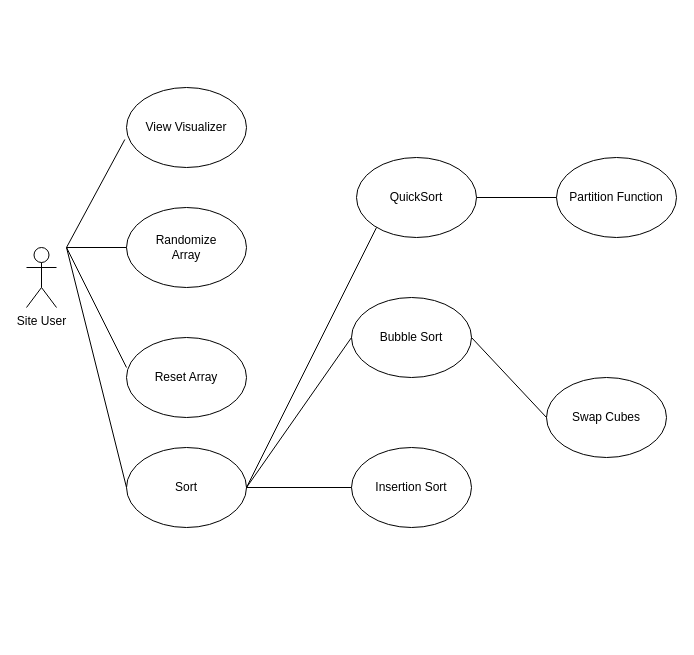
Earlier version of the draw.io diagram Use Case Diagram it2.drawio (beep-sl/COS430SEProject). Source tidied: cells renumbered, new cells numbered last; positions are measured from the earlier drawing's top-left corner, leaving out a move shared by most shapes. Both pictures are drawn from the tidied source at 100%, with x=0, y=0 at pixel (26, 87).
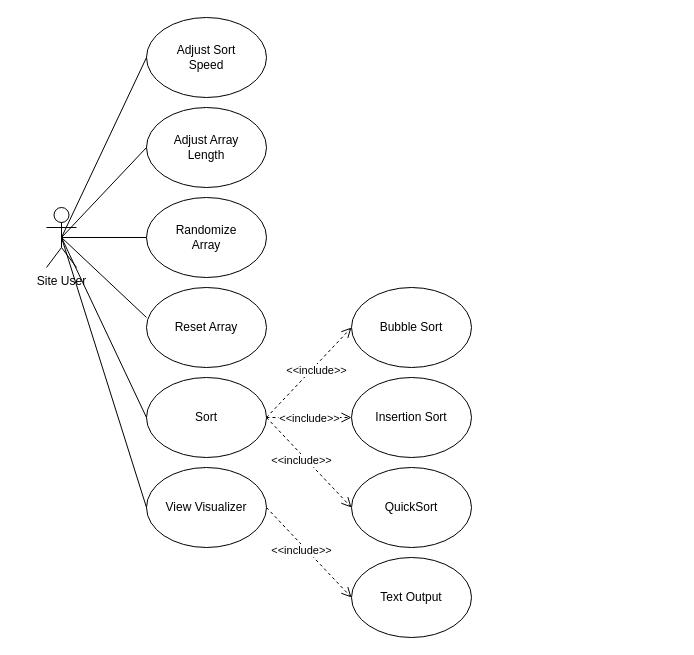
After the change.

The edit, as a diff of the source:
```diff
@@
     <mxCell id="2" value="Site User" style="shape=umlActor;verticalLabelPosition=bottom;verticalAlign=top;html=1;outlineConnect=0;" parent="1" vertex="1">
-      <mxGeometry y="160" width="30" height="60" as="geometry" />
+      <mxGeometry x="20" y="120" width="30" height="60" as="geometry" />
     </mxCell>
     <mxCell id="3" value="View Visualizer" style="ellipse;whiteSpace=wrap;html=1;" parent="1" vertex="1">
-      <mxGeometry x="100" width="120" height="80" as="geometry" />
+      <mxGeometry x="120" y="380" width="120" height="80" as="geometry" />
     </mxCell>
     <mxCell id="4" value="Randomize&lt;br&gt;Array" style="ellipse;whiteSpace=wrap;html=1;" parent="1" vertex="1">
-      <mxGeometry x="100" y="120" width="120" height="80" as="geometry" />
+      <mxGeometry x="120" y="110" width="120" height="80" as="geometry" />
     </mxCell>
     <mxCell id="5" value="Sort" style="ellipse;whiteSpace=wrap;html=1;" parent="1" vertex="1">
-      <mxGeometry x="100" y="360" width="120" height="80" as="geometry" />
+      <mxGeometry x="120" y="290" width="120" height="80" as="geometry" />
     </mxCell>
     <mxCell id="6" value="Bubble Sort" style="ellipse;whiteSpace=wrap;html=1;" parent="1" vertex="1">
-      <mxGeometry x="325" y="210" width="120" height="80" as="geometry" />
+      <mxGeometry x="325" y="200" width="120" height="80" as="geometry" />
     </mxCell>
     <mxCell id="7" value="Reset Array" style="ellipse;whiteSpace=wrap;html=1;" parent="1" vertex="1">
-      <mxGeometry x="100" y="250" width="120" height="80" as="geometry" />
+      <mxGeometry x="120" y="200" width="120" height="80" as="geometry" />
     </mxCell>
-    <mxCell id="8" style="endArrow=none;html=1;rounded=0;entryX=-0.014;entryY=0.65;entryDx=0;entryDy=0;entryPerimeter=0;" parent="1" edge="1" target="3">
-      <mxGeometry relative="1" as="geometry">
-        <mxPoint x="40" y="160" as="sourcePoint" />
-      </mxGeometry>
+    <mxCell id="8" style="endArrow=none;html=1;rounded=0;entryX=0;entryY=0.5;entryDx=0;entryDy=0;exitX=0.5;exitY=0.5;exitDx=0;exitDy=0;exitPerimeter=0;" parent="1" edge="1" source="2" target="3">
+      <mxGeometry relative="1" as="geometry" />
     </mxCell>
-    <mxCell id="9" style="endArrow=none;html=1;rounded=0;" parent="1" edge="1">
-      <mxGeometry relative="1" as="geometry">
-        <mxPoint x="40" y="160" as="sourcePoint" />
-        <mxPoint x="100" y="160" as="targetPoint" />
-      </mxGeometry>
+    <mxCell id="9" style="endArrow=none;html=1;rounded=0;entryX=0;entryY=0.5;entryDx=0;entryDy=0;exitX=0.5;exitY=0.5;exitDx=0;exitDy=0;exitPerimeter=0;" parent="1" edge="1" source="2" target="4">
+      <mxGeometry relative="1" as="geometry" />
     </mxCell>
-    <mxCell id="10" style="endArrow=none;html=1;rounded=0;entryX=0;entryY=0.375;entryDx=0;entryDy=0;entryPerimeter=0;" parent="1" edge="1" target="7">
-      <mxGeometry relative="1" as="geometry">
-        <mxPoint x="40" y="160" as="sourcePoint" />
-      </mxGeometry>
+    <mxCell id="10" style="endArrow=none;html=1;rounded=0;entryX=0;entryY=0.375;entryDx=0;entryDy=0;entryPerimeter=0;exitX=0.5;exitY=0.5;exitDx=0;exitDy=0;exitPerimeter=0;" parent="1" edge="1" source="2" target="7">
+      <mxGeometry relative="1" as="geometry" />
     </mxCell>
-    <mxCell id="11" style="endArrow=none;html=1;rounded=0;entryX=0;entryY=0.5;entryDx=0;entryDy=0;" parent="1" edge="1" target="5">
-      <mxGeometry relative="1" as="geometry">
-        <mxPoint x="40" y="160" as="sourcePoint" />
-      </mxGeometry>
+    <mxCell id="11" style="endArrow=none;html=1;rounded=0;entryX=0;entryY=0.5;entryDx=0;entryDy=0;exitX=0.5;exitY=0.5;exitDx=0;exitDy=0;exitPerimeter=0;" parent="1" edge="1" source="2" target="5">
+      <mxGeometry relative="1" as="geometry" />
     </mxCell>
+    <mxCell id="13" value="Insertion Sort" style="ellipse;whiteSpace=wrap;html=1;fontColor=#000000;" parent="1" vertex="1">
+      <mxGeometry x="325" y="290" width="120" height="80" as="geometry" />
+    </mxCell>
+    <mxCell id="17" value="QuickSort" style="ellipse;whiteSpace=wrap;html=1;" parent="1" vertex="1">
+      <mxGeometry x="325" y="380" width="120" height="80" as="geometry" />
+    </mxCell>
+    <mxCell id="21" value="Adjust Sort &lt;br&gt;Speed" style="ellipse;whiteSpace=wrap;html=1;" parent="1" vertex="1">
+      <mxGeometry x="120" y="-70" width="120" height="80" as="geometry" />
+    </mxCell>
+    <mxCell id="22" value="Adjust Array &lt;br&gt;Length" style="ellipse;whiteSpace=wrap;html=1;" parent="1" vertex="1">
+      <mxGeometry x="120" y="20" width="120" height="80" as="geometry" />
+    </mxCell>
+    <mxCell id="23" value="Text Output" style="ellipse;whiteSpace=wrap;html=1;" parent="1" vertex="1">
+      <mxGeometry x="325" y="470" width="120" height="80" as="geometry" />
+    </mxCell>
+    <mxCell id="24" value="&amp;lt;&amp;lt;include&amp;gt;&amp;gt;" style="html=1;verticalAlign=bottom;endArrow=open;dashed=1;endSize=8;rounded=0;entryX=0;entryY=0.5;entryDx=0;entryDy=0;exitX=1;exitY=0.5;exitDx=0;exitDy=0;" parent="1" edge="1" source="3" target="23">
+      <mxGeometry y="-10" relative="1" as="geometry" />
+    </mxCell>
-    <mxCell id="12" style="endArrow=none;html=1;rounded=0;exitX=1;exitY=0.5;exitDx=0;exitDy=0;entryX=0;entryY=0.5;entryDx=0;entryDy=0;" parent="1" edge="1" source="5" target="6">
-      <mxGeometry relative="1" as="geometry" />
+    <mxCell id="12" value="&amp;lt;&amp;lt;include&amp;gt;&amp;gt;" style="html=1;verticalAlign=bottom;endArrow=open;dashed=1;endSize=8;rounded=0;entryX=0;entryY=0.5;entryDx=0;entryDy=0;exitX=1;exitY=0.5;exitDx=0;exitDy=0;" parent="1" edge="1" source="5" target="6">
+      <mxGeometry y="-10" relative="1" as="geometry" />
     </mxCell>
-    <mxCell id="13" value="Insertion Sort" style="ellipse;whiteSpace=wrap;html=1;fontColor=#000000;" parent="1" vertex="1">
-      <mxGeometry x="325" y="360" width="120" height="80" as="geometry" />
-    </mxCell>
-    <mxCell id="14" value="Swap Cubes" style="ellipse;whiteSpace=wrap;html=1;fontColor=#000000;" parent="1" vertex="1">
-      <mxGeometry x="520" y="290" width="120" height="80" as="geometry" />
-    </mxCell>
-    <mxCell id="15" style="endArrow=none;html=1;rounded=0;fontColor=#000000;" parent="1" edge="1" target="13">
-      <mxGeometry relative="1" as="geometry">
-        <mxPoint x="220" y="400" as="sourcePoint" />
-      </mxGeometry>
-    </mxCell>
-    <mxCell id="16" style="endArrow=none;html=1;rounded=0;fontColor=#000000;entryX=0;entryY=0.5;entryDx=0;entryDy=0;exitX=1;exitY=0.5;exitDx=0;exitDy=0;" parent="1" edge="1" source="6" target="14">
-      <mxGeometry relative="1" as="geometry" />
-    </mxCell>
-    <mxCell id="17" value="QuickSort" style="ellipse;whiteSpace=wrap;html=1;" parent="1" vertex="1">
-      <mxGeometry x="330" y="70" width="120" height="80" as="geometry" />
-    </mxCell>
-    <mxCell id="18" value="Partition Function" style="ellipse;whiteSpace=wrap;html=1;" parent="1" vertex="1">
-      <mxGeometry x="530" y="70" width="120" height="80" as="geometry" />
-    </mxCell>
-    <mxCell id="19" style="endArrow=none;html=1;rounded=0;" parent="1" edge="1">
-      <mxGeometry relative="1" as="geometry">
-        <mxPoint x="220" y="400" as="sourcePoint" />
-        <mxPoint x="350" y="140" as="targetPoint" />
-      </mxGeometry>
-    </mxCell>
-    <mxCell id="20" style="endArrow=none;html=1;rounded=0;exitX=1;exitY=0.5;exitDx=0;exitDy=0;" parent="1" edge="1" source="17">
-      <mxGeometry relative="1" as="geometry">
-        <mxPoint x="530" y="110" as="targetPoint" />
-      </mxGeometry>
-    </mxCell>
+    <mxCell id="25" value="&amp;lt;&amp;lt;include&amp;gt;&amp;gt;" style="html=1;verticalAlign=bottom;endArrow=open;dashed=1;endSize=8;rounded=0;entryX=0;entryY=0.5;entryDx=0;entryDy=0;exitX=1;exitY=0.5;exitDx=0;exitDy=0;" parent="1" edge="1" source="5" target="17">
+      <mxGeometry y="-10" relative="1" as="geometry" />
+    </mxCell>
+    <mxCell id="26" value="&amp;lt;&amp;lt;include&amp;gt;&amp;gt;" style="html=1;verticalAlign=bottom;endArrow=open;dashed=1;endSize=8;rounded=0;entryX=0;entryY=0.5;entryDx=0;entryDy=0;" parent="1" edge="1" target="13">
+      <mxGeometry y="-10" relative="1" as="geometry">
+        <mxPoint x="240" y="330" as="sourcePoint" />
+      </mxGeometry>
+    </mxCell>
+    <mxCell id="27" style="endArrow=none;html=1;rounded=0;entryX=0;entryY=0.5;entryDx=0;entryDy=0;exitX=0.5;exitY=0.5;exitDx=0;exitDy=0;exitPerimeter=0;" parent="1" edge="1" source="2" target="21">
+      <mxGeometry relative="1" as="geometry" />
+    </mxCell>
+    <mxCell id="28" style="endArrow=none;html=1;rounded=0;entryX=0;entryY=0.5;entryDx=0;entryDy=0;exitX=0.5;exitY=0.5;exitDx=0;exitDy=0;exitPerimeter=0;" parent="1" edge="1" source="2" target="22">
+      <mxGeometry relative="1" as="geometry" />
+    </mxCell>
```
